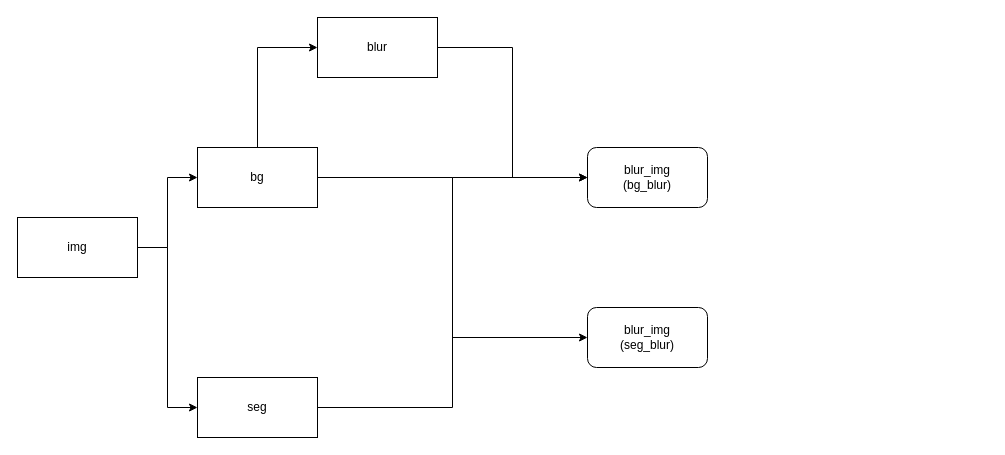
Before: 未命名绘图.drawio in funkallll/deeplearning, a draw.io diagram. Source tidied: cells renumbered, new cells numbered last; positions are measured from the earlier drawing's top-left corner, leaving out a move shared by most shapes. Both pictures are drawn from the tidied source at 100%, with x=0, y=0 at pixel (17, 17).
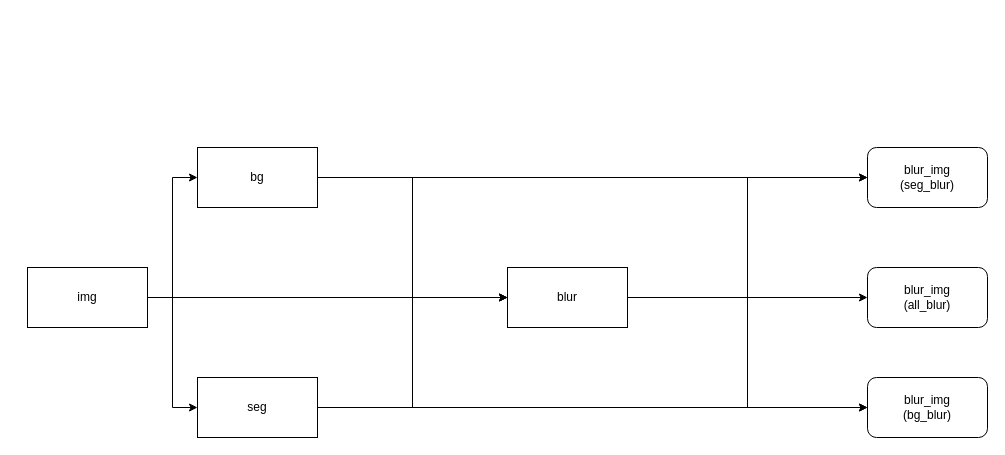
Above is the later version.

Commit message (it also covers changes not shown here):
更新未命名绘图.drawio

Change to the diagram source:
```diff
@@
 <mxGraphModel>
   <root>
     <mxCell id="0" />
     <mxCell id="1" parent="0" />
     <mxCell id="2" style="edgeStyle=orthogonalEdgeStyle;rounded=0;jettySize=auto;html=1;entryX=0;entryY=0.5;entryDx=0;entryDy=0;" parent="1" edge="1" source="4" target="7">
       <mxGeometry relative="1" as="geometry" />
     </mxCell>
     <mxCell id="3" style="edgeStyle=orthogonalEdgeStyle;rounded=0;jettySize=auto;html=1;entryX=0;entryY=0.5;entryDx=0;entryDy=0;" parent="1" edge="1" source="4" target="9">
       <mxGeometry relative="1" as="geometry" />
     </mxCell>
+    <mxCell id="14" style="edgeStyle=orthogonalEdgeStyle;rounded=0;jettySize=auto;html=1;entryX=0;entryY=0.5;entryDx=0;entryDy=0;" parent="1" edge="1" source="4" target="11">
+      <mxGeometry relative="1" as="geometry" />
+    </mxCell>
     <mxCell id="4" value="img" style="rounded=0;whiteSpace=wrap;html=1;" parent="1" vertex="1">
-      <mxGeometry y="200" width="120" height="60" as="geometry" />
+      <mxGeometry x="10" y="250" width="120" height="60" as="geometry" />
     </mxCell>
     <mxCell id="5" style="edgeStyle=orthogonalEdgeStyle;rounded=0;jettySize=auto;html=1;entryX=0;entryY=0.5;entryDx=0;entryDy=0;" parent="1" edge="1" source="7" target="11">
       <mxGeometry relative="1" as="geometry" />
     </mxCell>
     <mxCell id="6" style="edgeStyle=orthogonalEdgeStyle;rounded=0;jettySize=auto;html=1;entryX=0;entryY=0.5;entryDx=0;entryDy=0;" parent="1" edge="1" source="7" target="13">
       <mxGeometry relative="1" as="geometry" />
     </mxCell>
     <mxCell id="7" value="bg" style="rounded=0;whiteSpace=wrap;html=1;" parent="1" vertex="1">
       <mxGeometry x="180" y="130" width="120" height="60" as="geometry" />
     </mxCell>
     <mxCell id="8" style="edgeStyle=orthogonalEdgeStyle;rounded=0;jettySize=auto;html=1;entryX=0;entryY=0.5;entryDx=0;entryDy=0;" parent="1" edge="1" source="9" target="12">
       <mxGeometry relative="1" as="geometry" />
     </mxCell>
+    <mxCell id="15" style="edgeStyle=orthogonalEdgeStyle;rounded=0;jettySize=auto;html=1;entryX=0;entryY=0.5;entryDx=0;entryDy=0;" parent="1" edge="1" source="9" target="11">
+      <mxGeometry relative="1" as="geometry" />
+    </mxCell>
     <mxCell id="9" value="seg" style="rounded=0;whiteSpace=wrap;html=1;" parent="1" vertex="1">
       <mxGeometry x="180" y="360" width="120" height="60" as="geometry" />
     </mxCell>
     <mxCell id="10" style="edgeStyle=orthogonalEdgeStyle;rounded=0;jettySize=auto;html=1;entryX=0;entryY=0.5;entryDx=0;entryDy=0;" parent="1" edge="1" source="11" target="12">
       <mxGeometry relative="1" as="geometry" />
     </mxCell>
+    <mxCell id="16" style="edgeStyle=orthogonalEdgeStyle;rounded=0;jettySize=auto;html=1;entryX=0;entryY=0.5;entryDx=0;entryDy=0;" parent="1" edge="1" source="11" target="13">
+      <mxGeometry relative="1" as="geometry" />
+    </mxCell>
+    <mxCell id="17" style="edgeStyle=orthogonalEdgeStyle;rounded=0;jettySize=auto;html=1;entryX=0;entryY=0.5;entryDx=0;entryDy=0;" parent="1" edge="1" source="11" target="18">
+      <mxGeometry relative="1" as="geometry" />
+    </mxCell>
     <mxCell id="11" value="blur" style="rounded=0;whiteSpace=wrap;html=1;" parent="1" vertex="1">
-      <mxGeometry x="300" width="120" height="60" as="geometry" />
+      <mxGeometry x="490" y="250" width="120" height="60" as="geometry" />
     </mxCell>
     <mxCell id="12" value="blur_img&lt;div&gt;(bg_blur)&lt;/div&gt;" style="rounded=1;whiteSpace=wrap;html=1;" parent="1" vertex="1">
-      <mxGeometry x="570" y="130" width="120" height="60" as="geometry" />
+      <mxGeometry x="850" y="360" width="120" height="60" as="geometry" />
     </mxCell>
     <mxCell id="13" value="blur_img&lt;div&gt;(seg_blur)&lt;/div&gt;" style="rounded=1;whiteSpace=wrap;html=1;" parent="1" vertex="1">
-      <mxGeometry x="570" y="290" width="120" height="60" as="geometry" />
+      <mxGeometry x="850" y="130" width="120" height="60" as="geometry" />
     </mxCell>
+    <mxCell id="18" value="blur_img&lt;div&gt;(all_blur)&lt;/div&gt;" style="rounded=1;whiteSpace=wrap;html=1;" parent="1" vertex="1">
+      <mxGeometry x="850" y="250" width="120" height="60" as="geometry" />
+    </mxCell>
   </root>
 </mxGraphModel>
```
